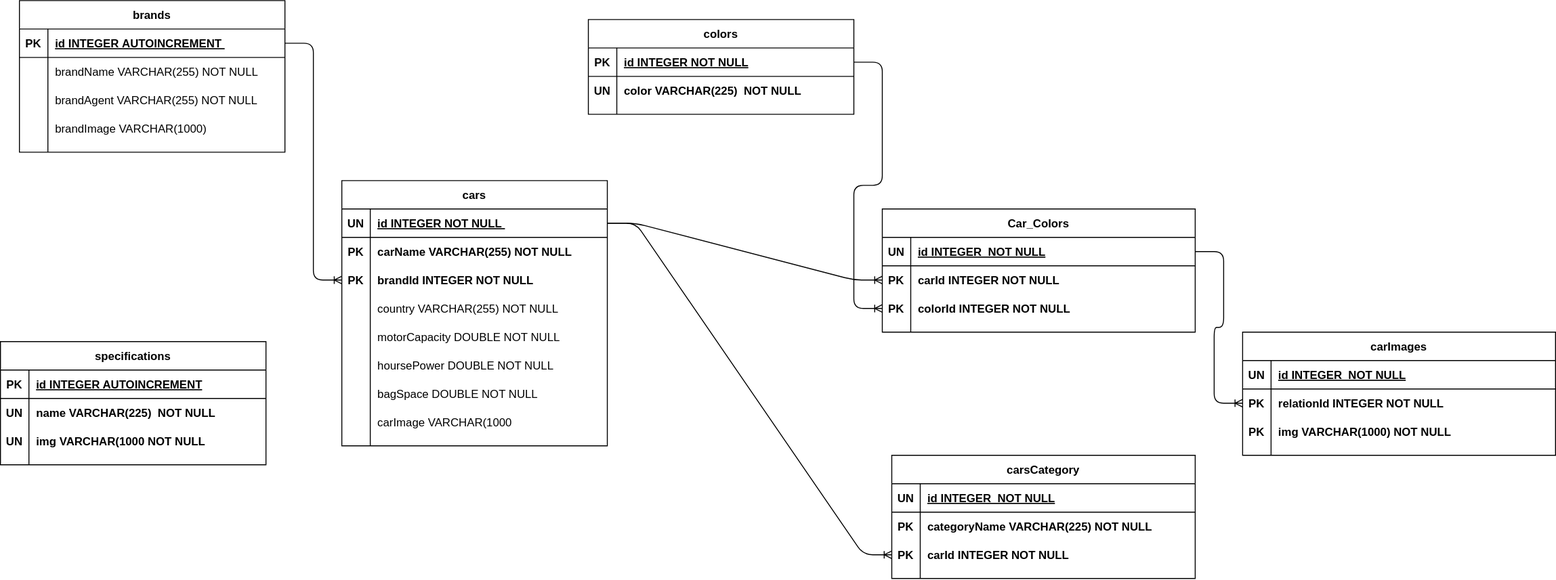
Before: carsModels/dbDiagram.svg, a diagram exported from draw.io (ehabAbdelMawla/Exhaust). Source tidied: cells renumbered, new cells last; positions are measured from the earlier drawing's top-left corner, leaving out a move shared by most shapes.
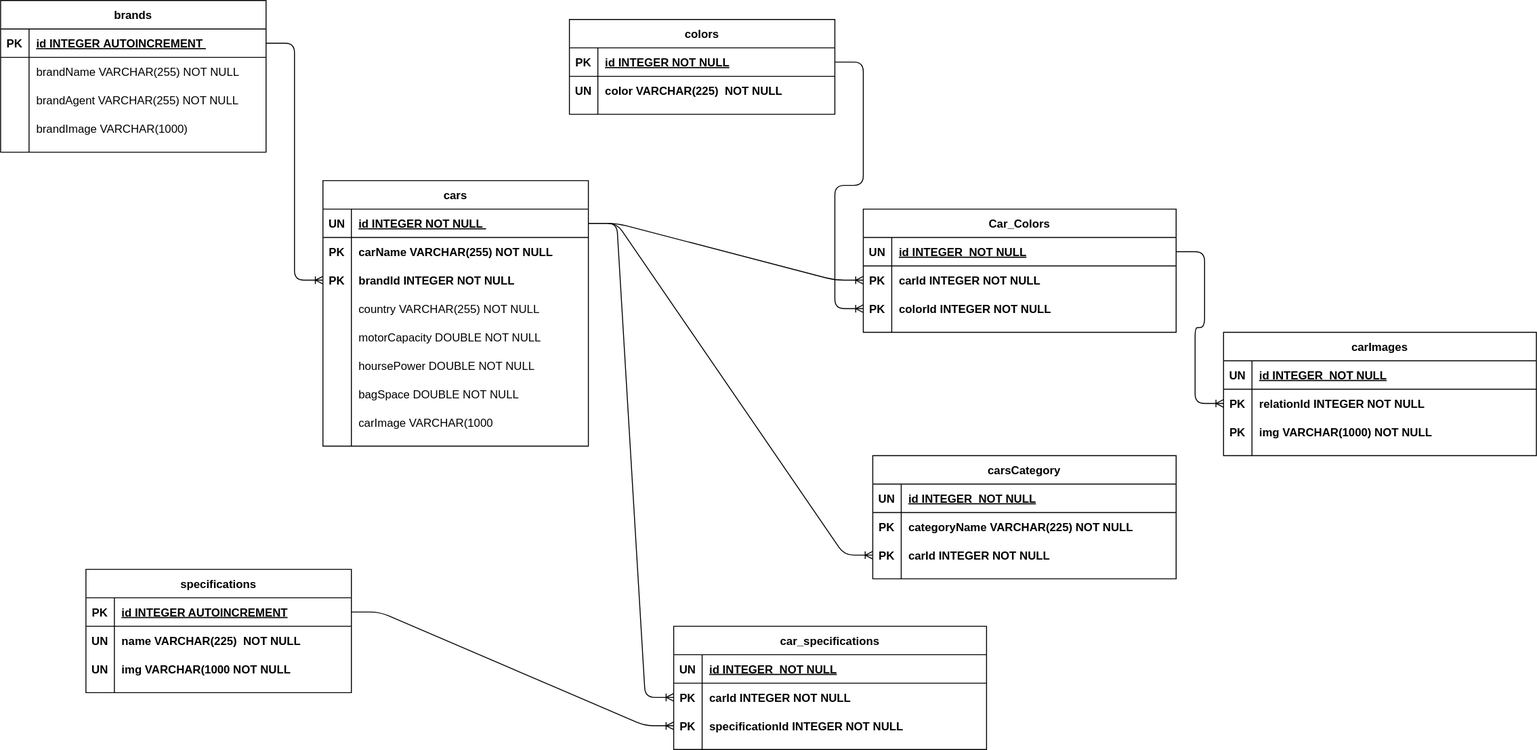
The same diagram one commit later.

What changed in the source:
```diff
@@ -153,7 +153,7 @@
       <mxGeometry relative="1" as="geometry" />
     </mxCell>
     <mxCell id="52" value="specifications" style="shape=table;startSize=30;rowLines=0;fontStyle=1;align=center;" parent="1" vertex="1">
-      <mxGeometry y="360" width="280" height="130" as="geometry" />
+      <mxGeometry x="110" y="600" width="280" height="130" as="geometry" />
     </mxCell>
     <mxCell id="53" style="shape=partialRectangle;fillColor=none;top=0;left=0;bottom=1;right=0;points=[[0,0.5],[1,0.5]];portConstraint=eastwest;" parent="52" vertex="1">
       <mxGeometry y="30" width="280" height="30" as="geometry" />
@@ -272,5 +272,41 @@
     <mxCell id="91" style="edgeStyle=entityRelationEdgeStyle;fontSize=12;html=1;endArrow=ERoneToMany;entryX=0;entryY=0.5;entryDx=0;entryDy=0;exitX=1;exitY=0.5;exitDx=0;exitDy=0;" parent="1" edge="1" source="63" target="76">
       <mxGeometry relative="1" as="geometry" />
     </mxCell>
+    <mxCell id="92" value="car_specifications" style="shape=table;startSize=30;rowLines=0;fontStyle=1;align=center;" parent="1" vertex="1">
+      <mxGeometry x="730" y="660" width="330" height="130" as="geometry" />
+    </mxCell>
+    <mxCell id="93" style="shape=partialRectangle;fillColor=none;top=0;left=0;bottom=1;right=0;" parent="92" vertex="1">
+      <mxGeometry y="30" width="330" height="30" as="geometry" />
+    </mxCell>
+    <mxCell id="94" value="UN" style="shape=partialRectangle;fillColor=none;top=0;left=0;bottom=0;right=0;fontStyle=1;overflow=hidden;" parent="93" vertex="1">
+      <mxGeometry width="30" height="30" as="geometry" />
+    </mxCell>
+    <mxCell id="95" value="id INTEGER  NOT NULL" style="shape=partialRectangle;fillColor=none;top=0;left=0;bottom=0;right=0;align=left;spacingLeft=6;fontStyle=5;overflow=hidden;" parent="93" vertex="1">
+      <mxGeometry x="30" width="300" height="30" as="geometry" />
+    </mxCell>
+    <mxCell id="96" style="shape=partialRectangle;fillColor=none;top=0;left=0;bottom=0;right=0;points=[[0,0.5],[1,0.5]];portConstraint=eastwest;" parent="92" vertex="1">
+      <mxGeometry y="60" width="330" height="30" as="geometry" />
+    </mxCell>
+    <mxCell id="97" value="PK" style="shape=partialRectangle;fillColor=none;top=0;left=0;bottom=0;right=0;overflow=hidden;fontStyle=1;" parent="96" vertex="1">
+      <mxGeometry width="30" height="30" as="geometry" />
+    </mxCell>
+    <mxCell id="98" value="carId INTEGER  NOT NULL" style="shape=partialRectangle;fillColor=none;top=0;left=0;bottom=0;right=0;align=left;spacingLeft=6;overflow=hidden;fontStyle=1;" parent="96" vertex="1">
+      <mxGeometry x="30" width="300" height="30" as="geometry" />
+    </mxCell>
+    <mxCell id="99" style="shape=partialRectangle;fillColor=none;top=0;left=0;bottom=0;right=0;points=[[0,0.5],[1,0.5]];portConstraint=eastwest;" parent="92" vertex="1">
+      <mxGeometry y="90" width="330" height="30" as="geometry" />
+    </mxCell>
+    <mxCell id="100" value="PK" style="shape=partialRectangle;fillColor=none;top=0;left=0;bottom=0;right=0;overflow=hidden;fontStyle=1;" parent="99" vertex="1">
+      <mxGeometry width="30" height="30" as="geometry" />
+    </mxCell>
+    <mxCell id="101" value="specificationId INTEGER  NOT NULL" style="shape=partialRectangle;fillColor=none;top=0;left=0;bottom=0;right=0;align=left;spacingLeft=6;overflow=hidden;fontStyle=1;" parent="99" vertex="1">
+      <mxGeometry x="30" width="300" height="30" as="geometry" />
+    </mxCell>
+    <mxCell id="102" style="edgeStyle=entityRelationEdgeStyle;fontSize=12;html=1;endArrow=ERoneToMany;entryX=0;entryY=0.5;entryDx=0;entryDy=0;exitX=1;exitY=0.5;exitDx=0;exitDy=0;" parent="1" edge="1" source="16" target="96">
+      <mxGeometry relative="1" as="geometry" />
+    </mxCell>
+    <mxCell id="103" style="edgeStyle=entityRelationEdgeStyle;fontSize=12;html=1;endArrow=ERoneToMany;entryX=0;entryY=0.5;entryDx=0;entryDy=0;exitX=1;exitY=0.5;exitDx=0;exitDy=0;" parent="1" edge="1" source="53" target="99">
+      <mxGeometry relative="1" as="geometry" />
+    </mxCell>
   </root>
 </mxGraphModel>
```
